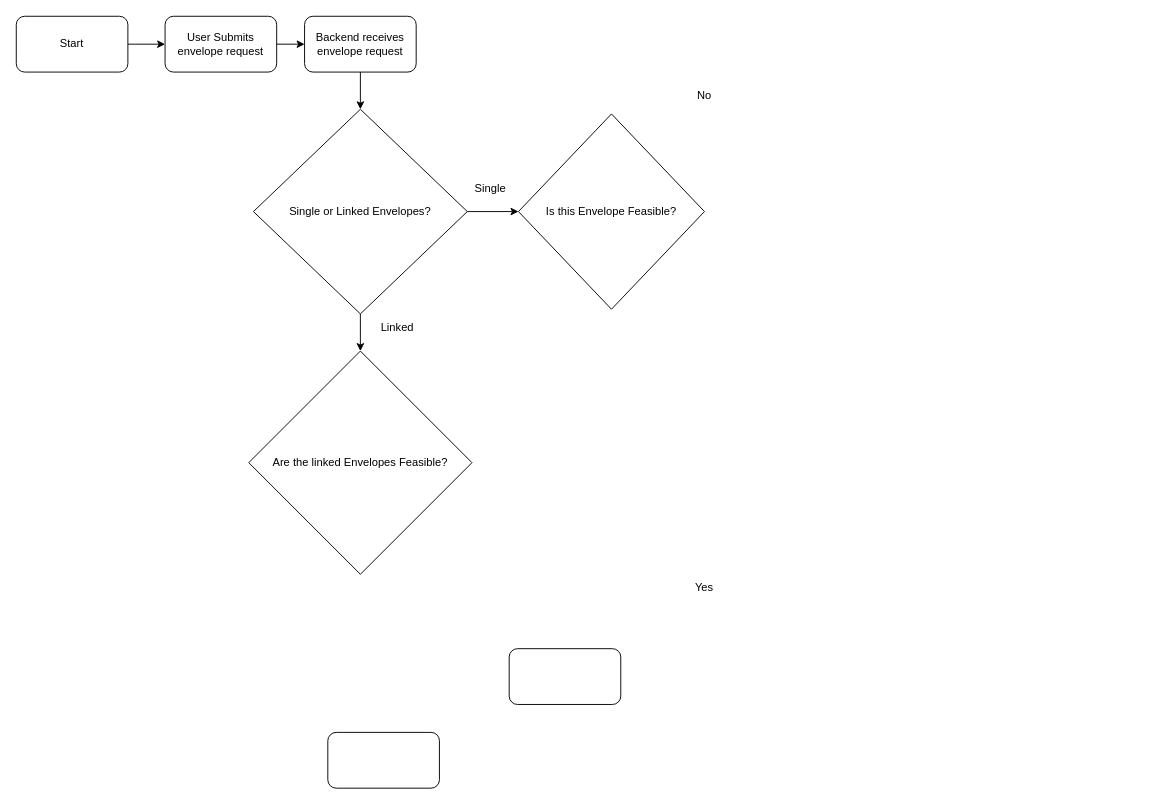
AKing982/BudgetBuddy keeps this draw.io diagram as Budget Envelopes Process.drawio. Above is the earlier version. Source tidied: cells renumbered, new cells numbered last; positions are measured from the earlier drawing's top-left corner, leaving out a move shared by most shapes. Both pictures are drawn from the tidied source at 93%, with x=0, y=0 at pixel (16, 16).
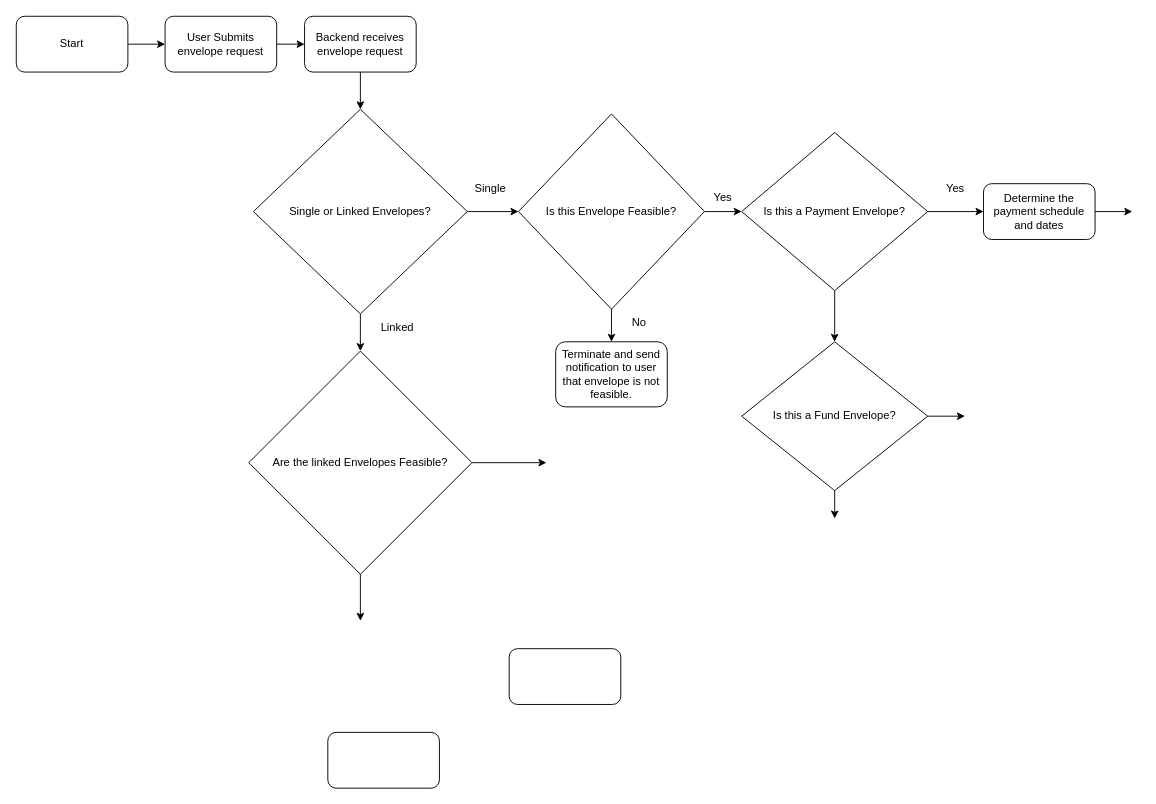
The same page after the edit.

Unchanged cells that the change refers to:
```xml
<mxCell id="8" value="Is this Envelope Feasible?" style="rhombus;whiteSpace=wrap;html=1;" parent="1" vertex="1">
  <mxGeometry x="540" y="105" width="200" height="210" as="geometry" />
</mxCell>
<mxCell id="18" value="Are the linked Envelopes Feasible?" style="rhombus;whiteSpace=wrap;html=1;" parent="1" vertex="1">
  <mxGeometry x="250" y="360" width="240" height="240" as="geometry" />
</mxCell>
```

What changed in the source:
```diff
@@
-    <mxCell id="11" value="No" style="text;html=1;whiteSpace=wrap;strokeColor=none;fillColor=none;align=center;verticalAlign=middle;rounded=0;" parent="1" vertex="1">
-      <mxGeometry x="710" y="70" width="60" height="30" as="geometry" />
-    </mxCell>
     <mxCell id="12" value="Yes" style="text;html=1;whiteSpace=wrap;strokeColor=none;fillColor=none;align=center;verticalAlign=middle;rounded=0;" parent="1" vertex="1">
-      <mxGeometry x="710" y="600" width="60" height="30" as="geometry" />
+      <mxGeometry x="730" y="180" width="60" height="30" as="geometry" />
     </mxCell>
@@
+    <mxCell id="19" style="endArrow=classic;html=1;rounded=0;exitX=1;exitY=0.5;exitDx=0;exitDy=0;" parent="1" edge="1" source="8">
+      <mxGeometry relative="1" as="geometry">
+        <mxPoint x="780" y="210" as="targetPoint" />
+      </mxGeometry>
+    </mxCell>
+    <mxCell id="20" value="Terminate and send notification to user that envelope is not feasible." style="rounded=1;whiteSpace=wrap;html=1;" parent="1" vertex="1">
+      <mxGeometry x="580" y="350" width="120" height="70" as="geometry" />
+    </mxCell>
+    <mxCell id="21" style="endArrow=classic;html=1;rounded=0;exitX=0.5;exitY=1;exitDx=0;exitDy=0;entryX=0.5;entryY=0;entryDx=0;entryDy=0;" parent="1" edge="1" source="8" target="20">
+      <mxGeometry relative="1" as="geometry" />
+    </mxCell>
+    <mxCell id="11" value="No" style="text;html=1;whiteSpace=wrap;strokeColor=none;fillColor=none;align=center;verticalAlign=middle;rounded=0;" parent="1" vertex="1">
+      <mxGeometry x="640" y="315" width="60" height="30" as="geometry" />
+    </mxCell>
+    <mxCell id="22" style="endArrow=classic;html=1;rounded=0;exitX=0.5;exitY=1;exitDx=0;exitDy=0;" parent="1" edge="1" source="18">
+      <mxGeometry relative="1" as="geometry">
+        <mxPoint x="370" y="650" as="targetPoint" />
+      </mxGeometry>
+    </mxCell>
+    <mxCell id="23" style="endArrow=classic;html=1;rounded=0;exitX=1;exitY=0.5;exitDx=0;exitDy=0;" parent="1" edge="1" source="18">
+      <mxGeometry relative="1" as="geometry">
+        <mxPoint x="570" y="480" as="targetPoint" />
+      </mxGeometry>
+    </mxCell>
+    <mxCell id="24" value="Is this a Payment Envelope?" style="rhombus;whiteSpace=wrap;html=1;" parent="1" vertex="1">
+      <mxGeometry x="780" y="125" width="200" height="170" as="geometry" />
+    </mxCell>
+    <mxCell id="25" style="endArrow=classic;html=1;rounded=0;exitX=1;exitY=0.5;exitDx=0;exitDy=0;" parent="1" edge="1" source="24">
+      <mxGeometry relative="1" as="geometry">
+        <mxPoint x="1040" y="210" as="targetPoint" />
+      </mxGeometry>
+    </mxCell>
+    <mxCell id="26" value="Yes" style="text;html=1;whiteSpace=wrap;strokeColor=none;fillColor=none;align=center;verticalAlign=middle;rounded=0;" parent="1" vertex="1">
+      <mxGeometry x="980" y="170" width="60" height="30" as="geometry" />
+    </mxCell>
+    <mxCell id="27" style="endArrow=classic;html=1;rounded=0;exitX=0.5;exitY=1;exitDx=0;exitDy=0;" parent="1" edge="1" source="24">
+      <mxGeometry relative="1" as="geometry">
+        <mxPoint x="880" y="350" as="targetPoint" />
+      </mxGeometry>
+    </mxCell>
+    <mxCell id="28" value="Determine the payment schedule and dates" style="rounded=1;whiteSpace=wrap;html=1;" parent="1" vertex="1">
+      <mxGeometry x="1040" y="180" width="120" height="60" as="geometry" />
+    </mxCell>
+    <mxCell id="29" style="endArrow=classic;html=1;rounded=0;exitX=1;exitY=0.5;exitDx=0;exitDy=0;" parent="1" edge="1" source="28">
+      <mxGeometry relative="1" as="geometry">
+        <mxPoint x="1200" y="210" as="targetPoint" />
+      </mxGeometry>
+    </mxCell>
+    <mxCell id="30" value="Is this a Fund Envelope?" style="rhombus;whiteSpace=wrap;html=1;" parent="1" vertex="1">
+      <mxGeometry x="780" y="350" width="200" height="160" as="geometry" />
+    </mxCell>
+    <mxCell id="31" style="endArrow=classic;html=1;rounded=0;exitX=0.5;exitY=1;exitDx=0;exitDy=0;" parent="1" edge="1" source="30">
+      <mxGeometry relative="1" as="geometry">
+        <mxPoint x="880" y="540" as="targetPoint" />
+      </mxGeometry>
+    </mxCell>
+    <mxCell id="32" style="endArrow=classic;html=1;rounded=0;exitX=1;exitY=0.5;exitDx=0;exitDy=0;" parent="1" edge="1" source="30">
+      <mxGeometry relative="1" as="geometry">
+        <mxPoint x="1020" y="430" as="targetPoint" />
+      </mxGeometry>
+    </mxCell>
```
